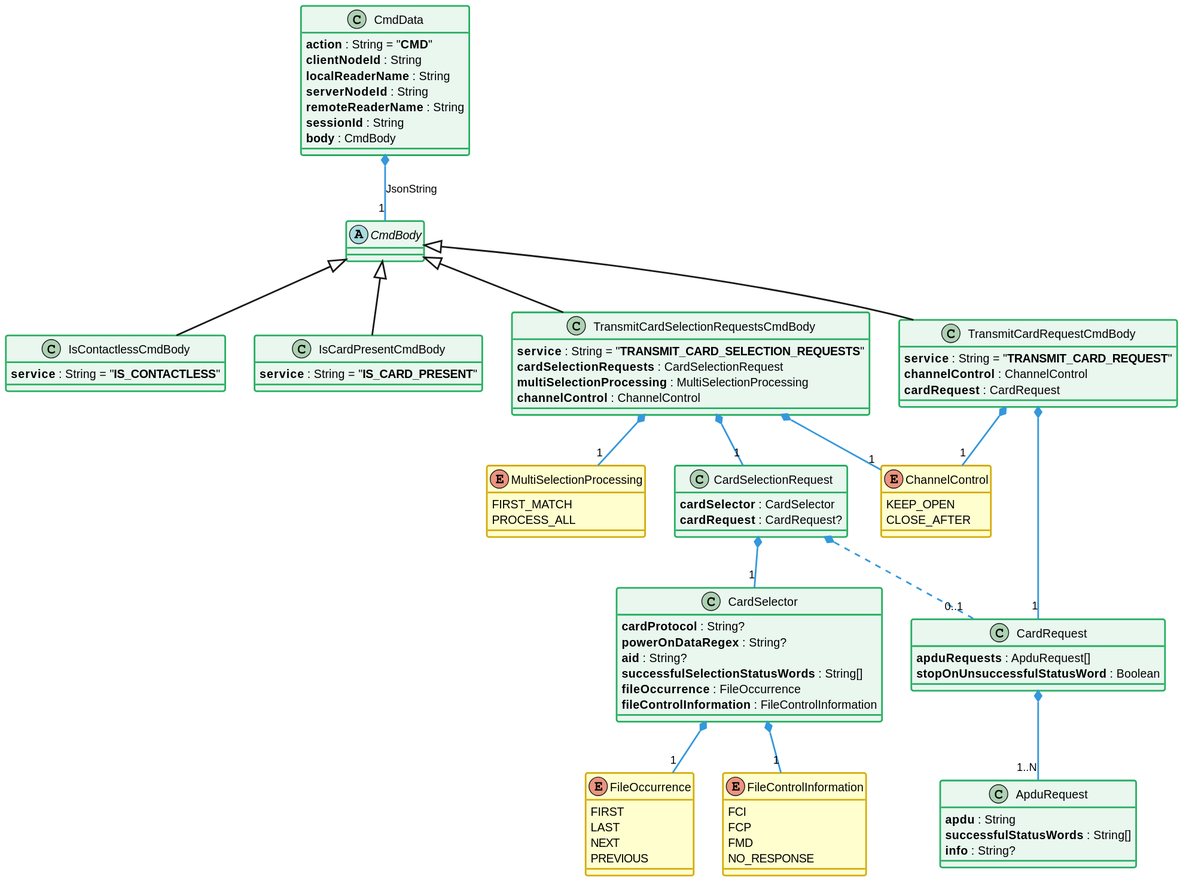
The PlantUML diagram static/media/learn/user-guide/distributed-json-api/distributedJsonApi_classDiagram_cmd.svg in eclipse-keyple/keyple-website, before a commit.
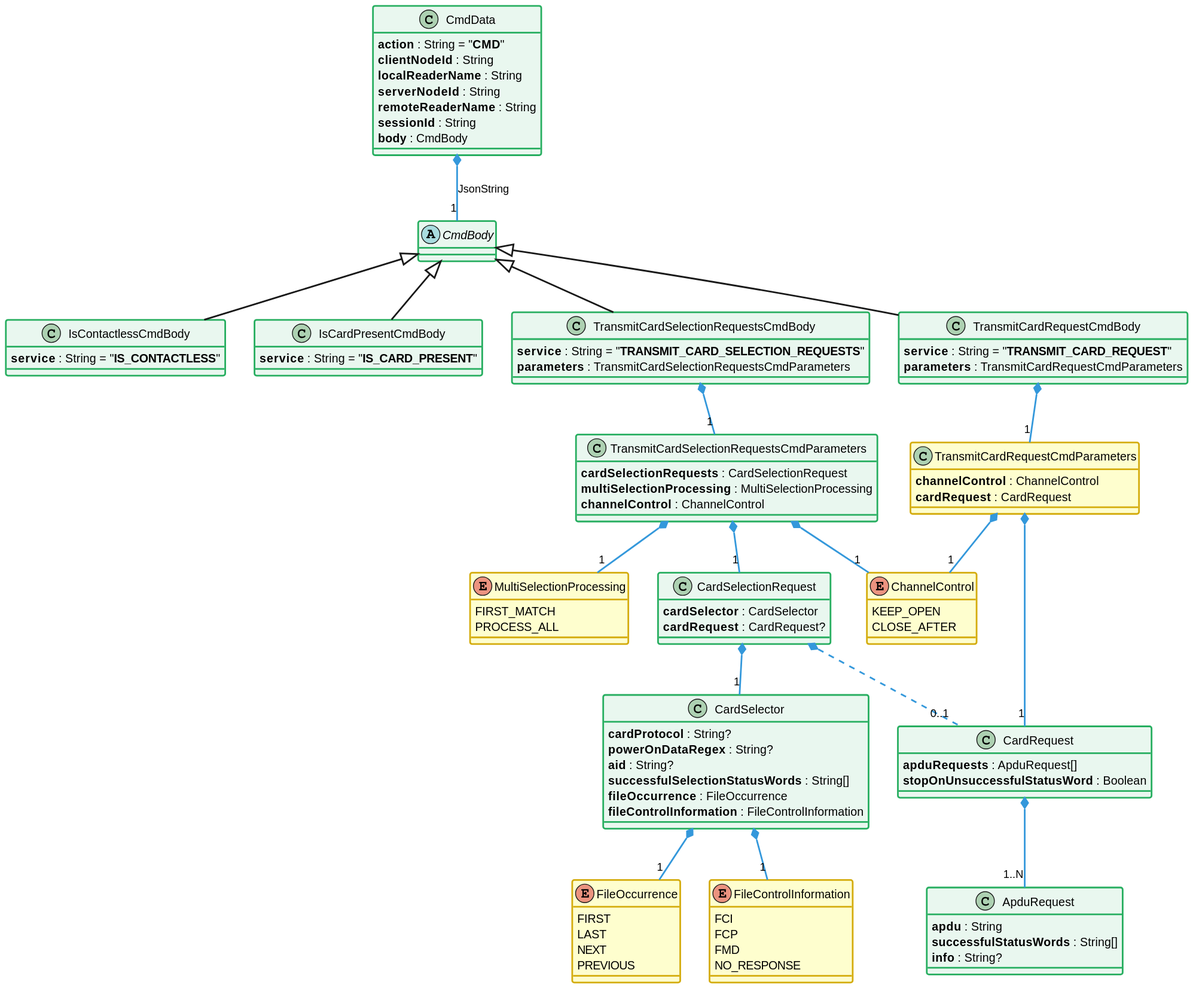
After the change.

What changed in the source:
```diff
@@ -59,6 +59,9 @@
 
 class TransmitCardSelectionRequestsCmdBody extends CmdBody {
     **service** : String = "**TRANSMIT_CARD_SELECTION_REQUESTS**"
+    **parameters** : TransmitCardSelectionRequestsCmdParameters
+}
+class TransmitCardSelectionRequestsCmdParameters {
     **cardSelectionRequests** : CardSelectionRequest
     **multiSelectionProcessing** : MultiSelectionProcessing
     **channelControl** : ChannelControl
@@ -107,6 +110,9 @@
 
 class TransmitCardRequestCmdBody extends CmdBody {
     **service** : String = "**TRANSMIT_CARD_REQUEST**"
+    **parameters** : TransmitCardRequestCmdParameters
+}
+class TransmitCardRequestCmdParameters {
     **channelControl** : ChannelControl
     **cardRequest** : CardRequest
 }
@@ -114,9 +120,11 @@
 
 CmdData *-- "1" CmdBody #C_LINK : JsonString
 
-TransmitCardSelectionRequestsCmdBody *-- "1" CardSelectionRequest #C_LINK
-TransmitCardSelectionRequestsCmdBody *-- "1" MultiSelectionProcessing #C_LINK
-TransmitCardSelectionRequestsCmdBody *-- "1" ChannelControl #C_LINK
+TransmitCardSelectionRequestsCmdBody *-- "1" TransmitCardSelectionRequestsCmdParameters #C_LINK
+
+TransmitCardSelectionRequestsCmdParameters *-- "1" CardSelectionRequest #C_LINK
+TransmitCardSelectionRequestsCmdParameters *-- "1" MultiSelectionProcessing #C_LINK
+TransmitCardSelectionRequestsCmdParameters *-- "1" ChannelControl #C_LINK
 
 CardSelectionRequest *-- "1" CardSelector #C_LINK
 CardSelectionRequest *.. "0..1" CardRequest #C_LINK
@@ -126,8 +134,10 @@
 
 CardRequest *-- "1..N" ApduRequest #C_LINK
 
-TransmitCardRequestCmdBody *-- "1" ChannelControl #C_LINK
-TransmitCardRequestCmdBody *-- "1" CardRequest #C_LINK
+TransmitCardRequestCmdBody *-- "1" TransmitCardRequestCmdParameters #C_LINK
+
+TransmitCardRequestCmdParameters *-- "1" ChannelControl #C_LINK
+TransmitCardRequestCmdParameters *-- "1" CardRequest #C_LINK
 
 
 
@@ -135,6 +145,7 @@
 abstract class CmdBody <<green>>
 
 class TransmitCardSelectionRequestsCmdBody <<green>>
+class TransmitCardSelectionRequestsCmdParameters <<green>>
 class CardSelectionRequest <<green>>
 class CardSelector <<green>>
 class CardRequest <<green>>
```
